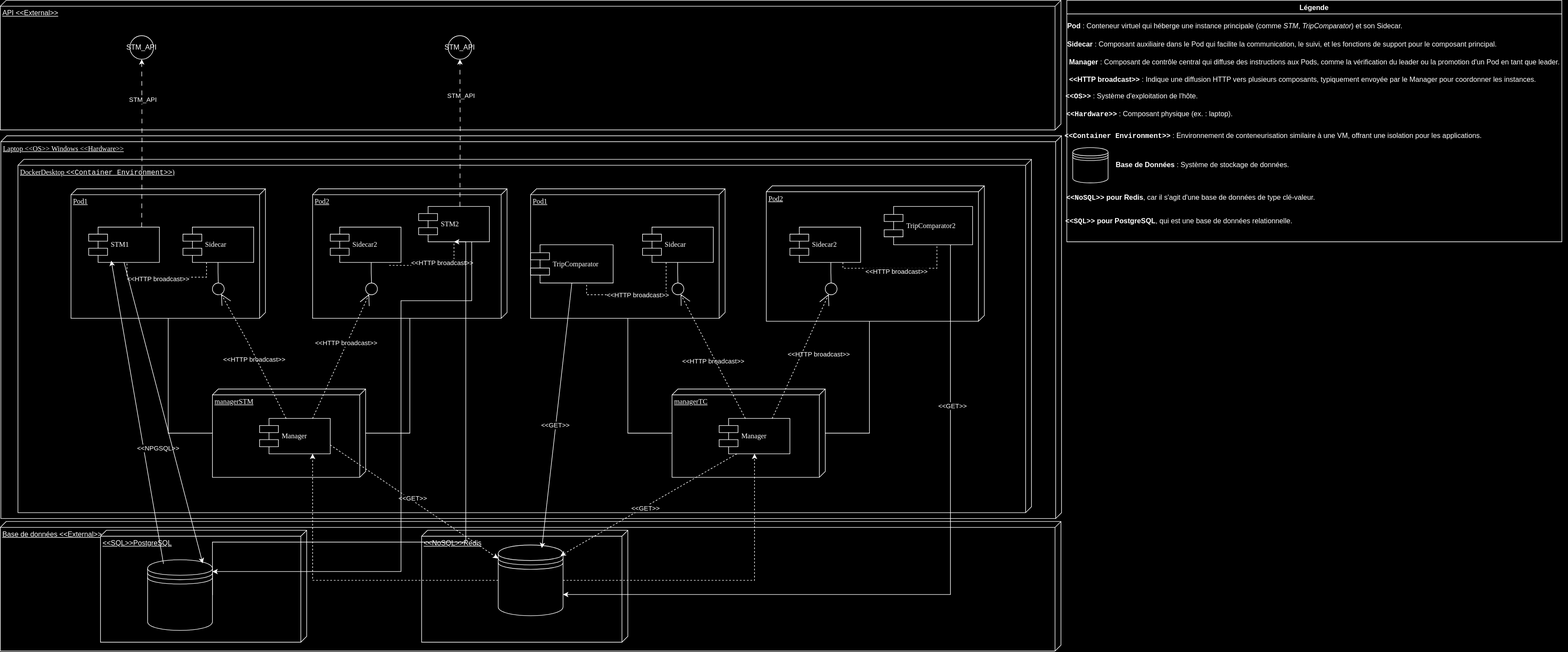
Before: LOG430-STM-main/doc/Allocation.drawio.svg, a diagram exported from draw.io (Balsero/LOG430-STM-main). Source tidied: cells renumbered, new cells last; positions are measured from the earlier drawing's top-left corner, leaving out a move shared by most shapes.
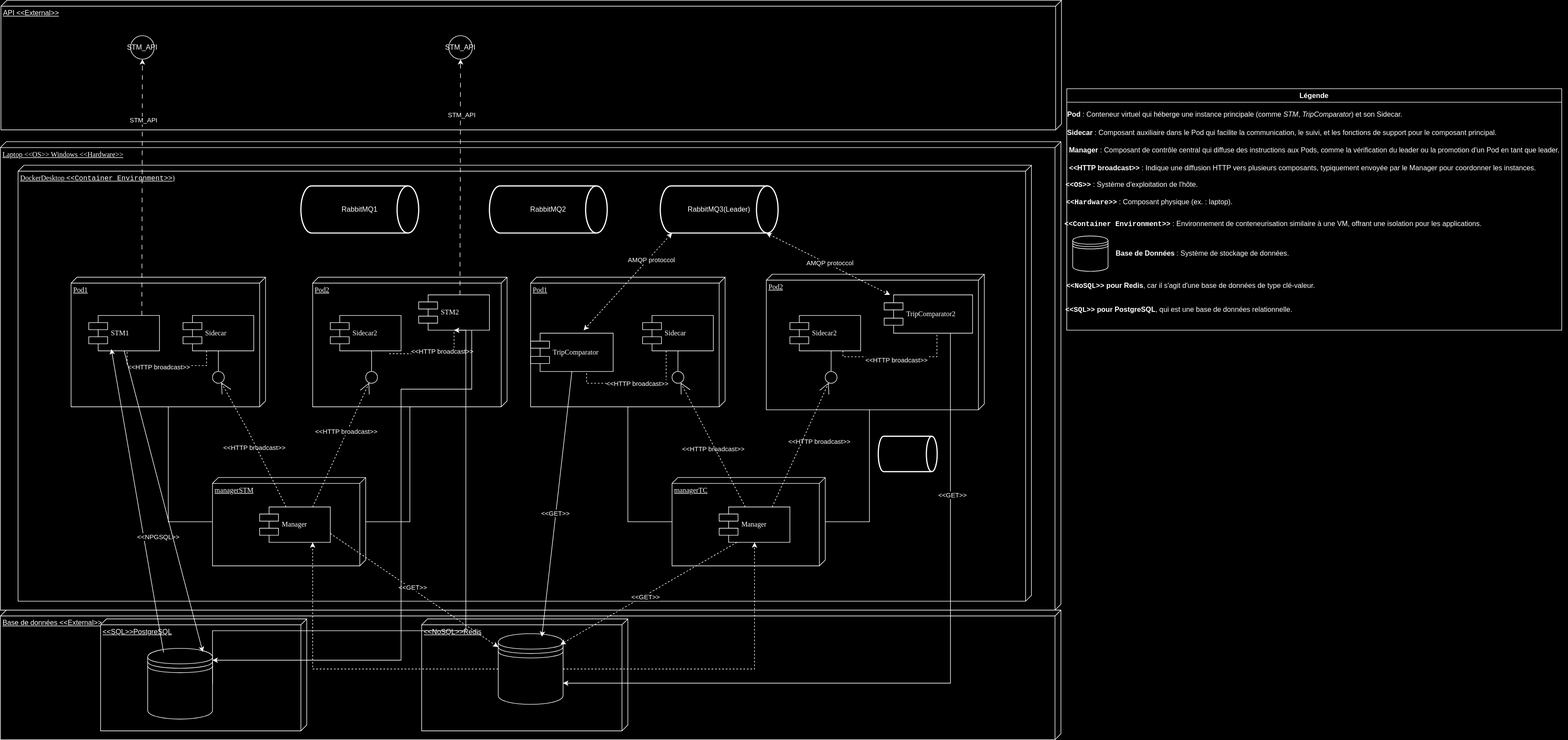
After the change.

What changed in the source:
```diff
@@ -3,13 +3,13 @@
     <mxCell id="0" />
     <mxCell id="1" parent="0" />
     <mxCell id="2" value="API &amp;lt;&amp;lt;External&amp;gt;&amp;gt;" style="verticalAlign=top;align=left;spacingTop=8;spacingLeft=2;spacingRight=12;shape=cube;size=10;direction=south;fontStyle=4;html=1;whiteSpace=wrap;" parent="1" vertex="1">
-      <mxGeometry width="1800" height="220" as="geometry" />
+      <mxGeometry x="1" y="-150" width="1800" height="220" as="geometry" />
     </mxCell>
     <mxCell id="3" value="Laptop&amp;nbsp;&amp;lt;&amp;lt;OS&amp;gt;&amp;gt; Windows&amp;nbsp;&amp;lt;&amp;lt;Hardware&amp;gt;&amp;gt;" style="verticalAlign=top;align=left;spacingTop=8;spacingLeft=2;spacingRight=12;shape=cube;size=10;direction=south;fontStyle=4;html=1;rounded=0;shadow=0;comic=0;labelBackgroundColor=none;strokeWidth=1;fontFamily=Verdana;fontSize=12;" parent="1" vertex="1">
-      <mxGeometry x="1" y="230" width="1800" height="650" as="geometry" />
+      <mxGeometry y="90" width="1800" height="795" as="geometry" />
     </mxCell>
     <mxCell id="4" value="DockerDesktop&amp;nbsp;&lt;code&gt;&amp;lt;&amp;lt;Container Environment&amp;gt;&amp;gt;&lt;/code&gt;)" style="verticalAlign=top;align=left;spacingTop=8;spacingLeft=2;spacingRight=12;shape=cube;size=10;direction=south;fontStyle=4;html=1;rounded=0;shadow=0;comic=0;labelBackgroundColor=none;strokeWidth=1;fontFamily=Verdana;fontSize=12;" parent="1" vertex="1">
-      <mxGeometry x="30" y="270" width="1720" height="600" as="geometry" />
+      <mxGeometry x="30" y="130" width="1720" height="740" as="geometry" />
     </mxCell>
     <mxCell id="5" value="Pod1" style="verticalAlign=top;align=left;spacingTop=8;spacingLeft=2;spacingRight=12;shape=cube;size=10;direction=south;fontStyle=4;html=1;rounded=0;shadow=0;comic=0;labelBackgroundColor=none;strokeWidth=1;fontFamily=Verdana;fontSize=12;" parent="1" vertex="1">
       <mxGeometry x="120" y="320" width="330" height="220" as="geometry" />
@@ -276,7 +276,7 @@
       </mxGeometry>
     </mxCell>
     <mxCell id="75" value="STM_API" style="ellipse;whiteSpace=wrap;html=1;" parent="1" vertex="1">
-      <mxGeometry x="220" y="60" width="40" height="40" as="geometry" />
+      <mxGeometry x="221" y="-90" width="40" height="40" as="geometry" />
     </mxCell>
     <mxCell id="76" style="edgeStyle=orthogonalEdgeStyle;rounded=0;jettySize=auto;html=1;entryX=0.5;entryY=1;entryDx=0;entryDy=0;dashed=1;dashPattern=8 8;" parent="1" edge="1" target="79">
       <mxGeometry relative="1" as="geometry">
@@ -290,7 +290,7 @@
       <mxGeometry x="0.53" y="-1" relative="1" as="geometry" />
     </mxCell>
     <mxCell id="79" value="STM_API" style="ellipse;whiteSpace=wrap;html=1;" parent="1" vertex="1">
-      <mxGeometry x="760" y="60" width="40" height="40" as="geometry" />
+      <mxGeometry x="761" y="-90" width="40" height="40" as="geometry" />
     </mxCell>
     <mxCell id="80" style="edgeStyle=orthogonalEdgeStyle;rounded=0;html=1;labelBackgroundColor=none;startArrow=none;startFill=0;startSize=8;endArrow=none;endFill=0;endSize=16;fontFamily=Verdana;fontSize=12;" parent="1" edge="1" source="7" target="6">
       <mxGeometry relative="1" as="geometry">
@@ -320,5 +320,34 @@
     <mxCell id="85" value="&amp;lt;&amp;lt;GET&amp;gt;&amp;gt;" style="edgeLabel;html=1;align=center;verticalAlign=middle;" parent="84" vertex="1">
       <mxGeometry x="-0.56" y="2" relative="1" as="geometry" />
     </mxCell>
+    <mxCell id="86" style="strokeWidth=2;html=1;shape=mxgraph.flowchart.direct_data;whiteSpace=wrap;" parent="1" vertex="1">
+      <mxGeometry x="1490" y="590" width="100" height="60" as="geometry" />
+    </mxCell>
+    <mxCell id="87" style="rounded=0;jettySize=auto;html=1;startArrow=classic;startFill=1;dashed=1;" parent="1" edge="1" source="89" target="47">
+      <mxGeometry relative="1" as="geometry" />
+    </mxCell>
+    <mxCell id="88" value="AMQP protoccol" style="edgeLabel;html=1;align=center;verticalAlign=middle;" parent="87" vertex="1">
+      <mxGeometry y="3" relative="1" as="geometry" />
+    </mxCell>
+    <mxCell id="89" value="RabbitMQ3(Leader)" style="strokeWidth=2;html=1;shape=mxgraph.flowchart.direct_data;whiteSpace=wrap;" parent="1" vertex="1">
+      <mxGeometry x="1120" y="165" width="200" height="80" as="geometry" />
+    </mxCell>
+    <mxCell id="90" style="rounded=0;orthogonalLoop=1;jettySize=auto;html=1;startArrow=classic;startFill=1;dashed=1;" parent="1" edge="1">
+      <mxGeometry relative="1" as="geometry">
+        <mxPoint x="1140" y="245" as="sourcePoint" />
+        <mxPoint x="990" y="410" as="targetPoint" />
+      </mxGeometry>
+    </mxCell>
+    <mxCell id="91" value="AMQP protoccol" style="edgeLabel;html=1;align=center;verticalAlign=middle;" parent="90" vertex="1">
+      <mxGeometry y="3" relative="1" as="geometry">
+        <mxPoint x="37" y="-40" as="offset" />
+      </mxGeometry>
+    </mxCell>
+    <mxCell id="92" value="RabbitMQ2" style="strokeWidth=2;html=1;shape=mxgraph.flowchart.direct_data;whiteSpace=wrap;" parent="1" vertex="1">
+      <mxGeometry x="830" y="165" width="200" height="80" as="geometry" />
+    </mxCell>
+    <mxCell id="93" value="RabbitMQ1" style="strokeWidth=2;html=1;shape=mxgraph.flowchart.direct_data;whiteSpace=wrap;" parent="1" vertex="1">
+      <mxGeometry x="510" y="165" width="200" height="80" as="geometry" />
+    </mxCell>
   </root>
 </mxGraphModel>
```
